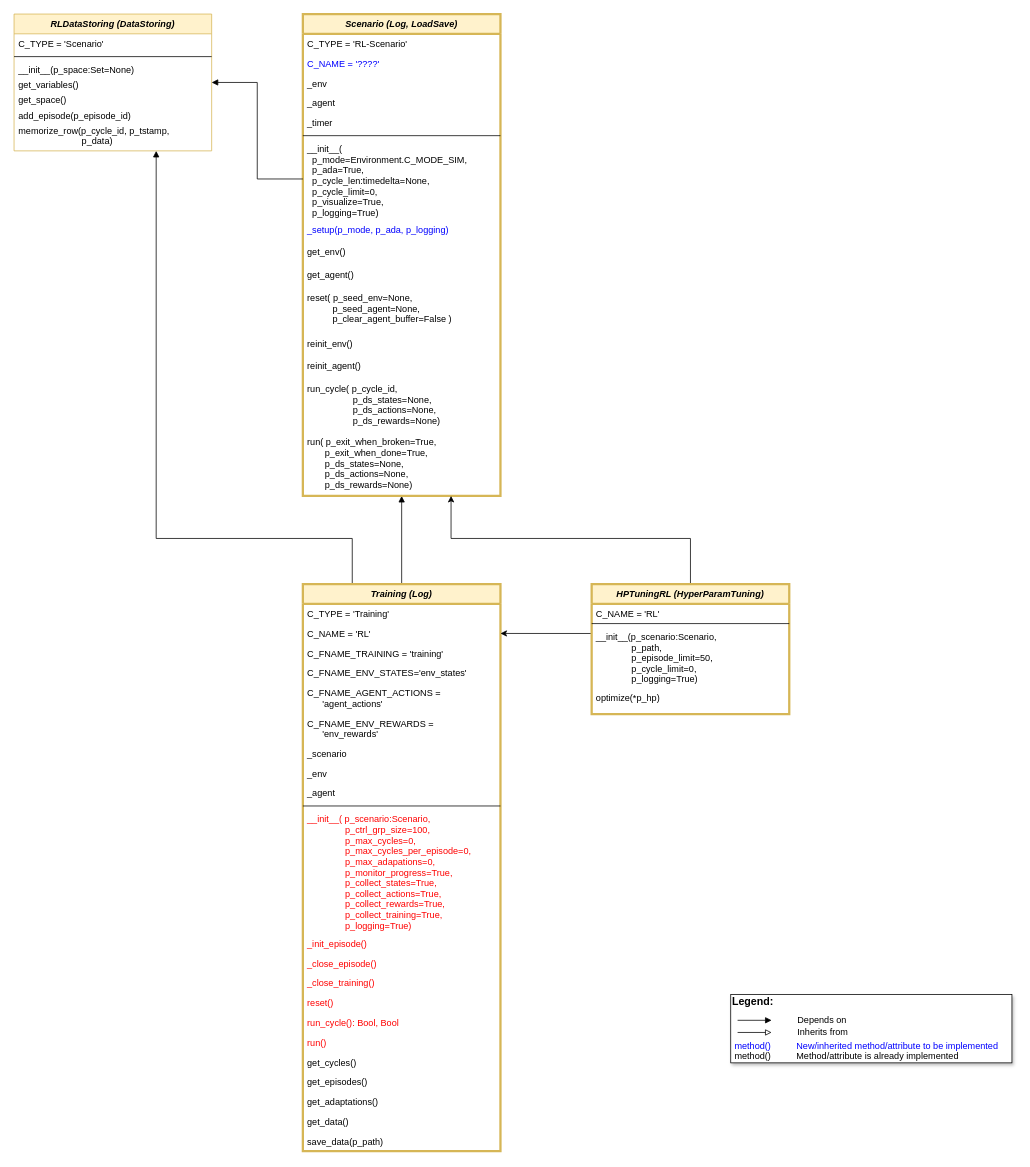
Before: doc/rl/04 run and train/MLPro-RL-Train class diagram.drawio in fhswf/MLPro, a draw.io diagram. Source tidied: cells renumbered, new cells numbered last; positions are measured from the earlier drawing's top-left corner, leaving out a move shared by most shapes. Both pictures are drawn from the tidied source at 76%, with x=0, y=0 at pixel (14, 14).
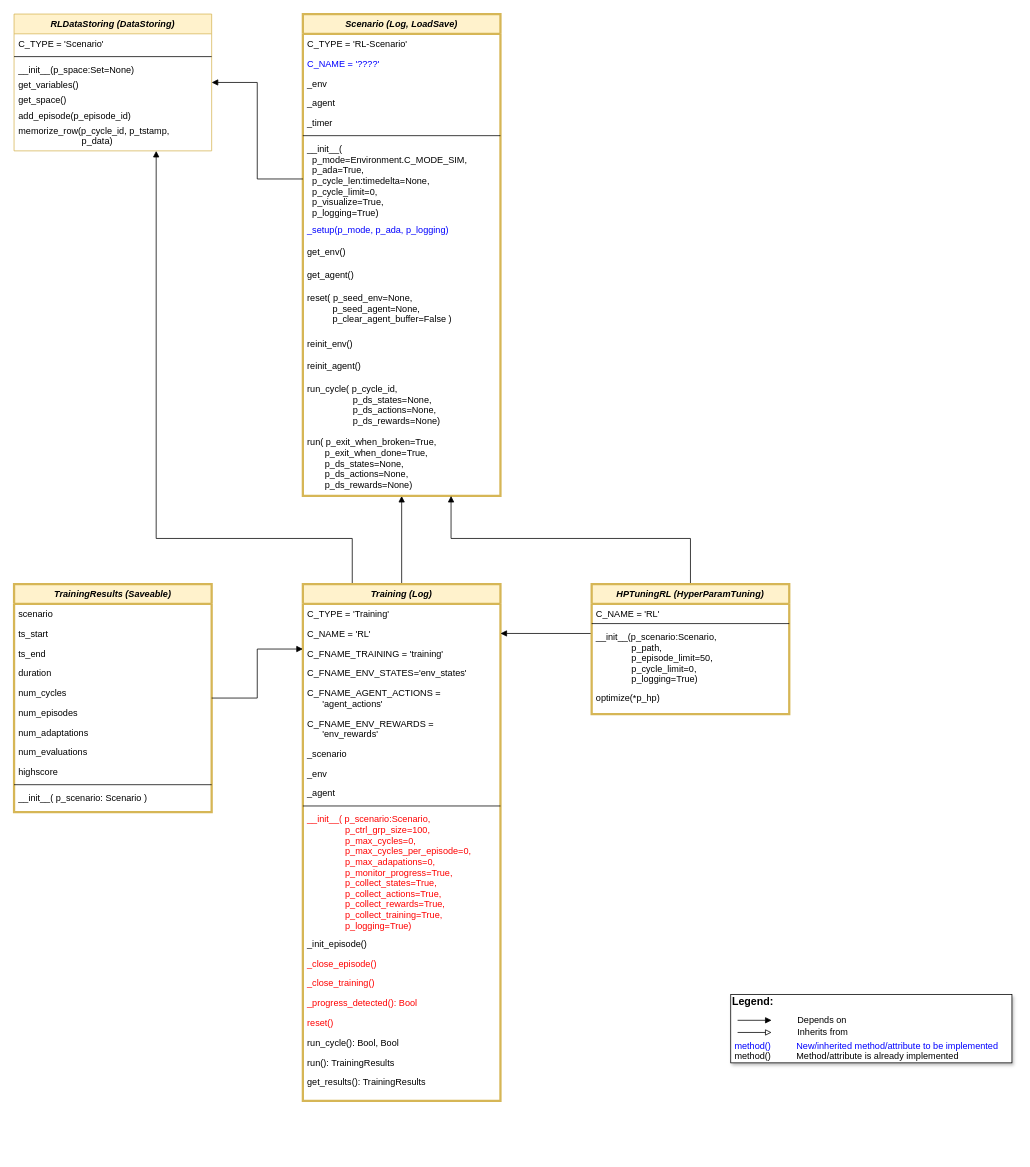
The same page after the edit.

Unchanged cells that the change refers to:
```xml
<mxCell id="6" value="C_NAME = 'RL'" style="text;align=left;verticalAlign=top;spacingLeft=4;spacingRight=4;overflow=hidden;points=[[0,0.5],[1,0.5]];portConstraint=eastwest;" parent="4" vertex="1">
  <mxGeometry y="52" width="260" height="26" as="geometry" />
</mxCell>
<mxCell id="7" value="C_FNAME_TRAINING = 'training'" style="text;align=left;verticalAlign=top;spacingLeft=4;spacingRight=4;overflow=hidden;points=[[0,0.5],[1,0.5]];portConstraint=eastwest;" parent="4" vertex="1">
  <mxGeometry y="78" width="260" height="26" as="geometry" />
</mxCell>
<mxCell id="27" value="Scenario (Log, LoadSave)" style="swimlane;fontStyle=3;align=center;verticalAlign=top;horizontal=1;startSize=26;rounded=0;shadow=0;strokeWidth=3;fillColor=#fff2cc;strokeColor=#d6b656;" parent="1" vertex="1">
  <mxGeometry x="380" width="260" height="634" as="geometry" />
</mxCell>
<mxCell id="58" value="HPTuningRL (HyperParamTuning)" style="swimlane;fontStyle=3;align=center;verticalAlign=top;horizontal=1;startSize=26;rounded=0;shadow=0;strokeWidth=3;fillColor=#fff2cc;strokeColor=#d6b656;" parent="1" vertex="1">
  <mxGeometry x="760" y="750" width="260" height="171" as="geometry" />
</mxCell>
<mxCell id="61" value="__init__(p_scenario:Scenario, &#10;              p_path,&#10;              p_episode_limit=50,&#10;              p_cycle_limit=0, &#10;              p_logging=True)" style="text;align=left;verticalAlign=top;spacingLeft=4;spacingRight=4;overflow=hidden;points=[[0,0.5],[1,0.5]];portConstraint=eastwest;" parent="58" vertex="1">
  <mxGeometry y="56" width="260" height="80" as="geometry" />
</mxCell>
```

Change to the diagram source:
```diff
@@
     <mxCell id="4" value="Training (Log)" style="swimlane;fontStyle=3;align=center;verticalAlign=top;horizontal=1;startSize=26;rounded=0;shadow=0;strokeWidth=3;fillColor=#fff2cc;strokeColor=#d6b656;" parent="1" vertex="1">
-      <mxGeometry x="380" y="750" width="260" height="746" as="geometry" />
+      <mxGeometry x="380" y="750" width="260" height="680" as="geometry" />
     </mxCell>
@@
-    <mxCell id="16" value="_init_episode()" style="text;align=left;verticalAlign=top;spacingLeft=4;spacingRight=4;overflow=hidden;fontColor=#FF0000;" parent="4" vertex="1">
+    <mxCell id="16" value="_init_episode()" style="text;align=left;verticalAlign=top;spacingLeft=4;spacingRight=4;overflow=hidden;" parent="4" vertex="1">
       <mxGeometry y="460" width="260" height="26" as="geometry" />
     </mxCell>
@@
+    <mxCell id="63" value="_progress_detected(): Bool" style="text;align=left;verticalAlign=top;spacingLeft=4;spacingRight=4;overflow=hidden;fontColor=#FF0000;" parent="4" vertex="1">
+      <mxGeometry y="538" width="260" height="26" as="geometry" />
+    </mxCell>
     <mxCell id="19" value="reset()" style="text;align=left;verticalAlign=top;spacingLeft=4;spacingRight=4;overflow=hidden;fontColor=#FF0000;" parent="4" vertex="1">
-      <mxGeometry y="538" width="260" height="26" as="geometry" />
+      <mxGeometry y="564" width="260" height="26" as="geometry" />
     </mxCell>
-    <mxCell id="20" value="run_cycle(): Bool, Bool" style="text;align=left;verticalAlign=top;spacingLeft=4;spacingRight=4;overflow=hidden;fontColor=#FF0000;" parent="4" vertex="1">
-      <mxGeometry y="564" width="260" height="26" as="geometry" />
+    <mxCell id="20" value="run_cycle(): Bool, Bool" style="text;align=left;verticalAlign=top;spacingLeft=4;spacingRight=4;overflow=hidden;" parent="4" vertex="1">
+      <mxGeometry y="590" width="260" height="26" as="geometry" />
     </mxCell>
-    <mxCell id="21" value="run()" style="text;align=left;verticalAlign=top;spacingLeft=4;spacingRight=4;overflow=hidden;fontColor=#FF0000;" parent="4" vertex="1">
-      <mxGeometry y="590" width="260" height="26" as="geometry" />
+    <mxCell id="21" value="run(): TrainingResults" style="text;align=left;verticalAlign=top;spacingLeft=4;spacingRight=4;overflow=hidden;" parent="4" vertex="1">
+      <mxGeometry y="616" width="260" height="26" as="geometry" />
     </mxCell>
-    <mxCell id="22" value="get_cycles()" style="text;align=left;verticalAlign=top;spacingLeft=4;spacingRight=4;overflow=hidden;" parent="4" vertex="1">
-      <mxGeometry y="616" width="260" height="26" as="geometry" />
+    <mxCell id="22" value="get_results(): TrainingResults" style="text;align=left;verticalAlign=top;spacingLeft=4;spacingRight=4;overflow=hidden;" parent="4" vertex="1">
+      <mxGeometry y="642" width="260" height="26" as="geometry" />
     </mxCell>
-    <mxCell id="23" value="get_episodes()" style="text;align=left;verticalAlign=top;spacingLeft=4;spacingRight=4;overflow=hidden;" parent="4" vertex="1">
-      <mxGeometry y="642" width="260" height="26" as="geometry" />
-    </mxCell>
-    <mxCell id="24" value="get_adaptations()" style="text;align=left;verticalAlign=top;spacingLeft=4;spacingRight=4;overflow=hidden;" parent="4" vertex="1">
-      <mxGeometry y="668" width="260" height="26" as="geometry" />
-    </mxCell>
-    <mxCell id="25" value="get_data()" style="text;align=left;verticalAlign=top;spacingLeft=4;spacingRight=4;overflow=hidden;" parent="4" vertex="1">
-      <mxGeometry y="694" width="260" height="26" as="geometry" />
-    </mxCell>
-    <mxCell id="26" value="save_data(p_path)" style="text;align=left;verticalAlign=top;spacingLeft=4;spacingRight=4;overflow=hidden;" parent="4" vertex="1">
-      <mxGeometry y="720" width="260" height="26" as="geometry" />
-    </mxCell>
@@
-    <mxCell id="56" style="edgeStyle=orthogonalEdgeStyle;rounded=0;jettySize=auto;html=1;entryX=1;entryY=0.5;entryDx=0;entryDy=0;exitX=0;exitY=0.113;exitDx=0;exitDy=0;exitPerimeter=0;" parent="1" edge="1" source="61" target="6">
+    <mxCell id="56" style="edgeStyle=orthogonalEdgeStyle;rounded=0;jettySize=auto;html=1;entryX=1;entryY=0.5;entryDx=0;entryDy=0;exitX=0;exitY=0.113;exitDx=0;exitDy=0;exitPerimeter=0;endArrow=block;endFill=1;" parent="1" edge="1" source="61" target="6">
       <mxGeometry relative="1" as="geometry" />
     </mxCell>
-    <mxCell id="57" style="edgeStyle=orthogonalEdgeStyle;rounded=0;jettySize=auto;html=1;entryX=0.75;entryY=1;entryDx=0;entryDy=0;exitX=0.5;exitY=0;exitDx=0;exitDy=0;" parent="1" edge="1" source="58" target="27">
+    <mxCell id="57" style="edgeStyle=orthogonalEdgeStyle;rounded=0;jettySize=auto;html=1;entryX=0.75;entryY=1;entryDx=0;entryDy=0;exitX=0.5;exitY=0;exitDx=0;exitDy=0;endArrow=block;endFill=1;" parent="1" edge="1" source="58" target="27">
       <mxGeometry relative="1" as="geometry">
         <Array as="points">
           <mxPoint x="890" y="690" />
           <mxPoint x="575" y="690" />
         </Array>
       </mxGeometry>
     </mxCell>
@@
+    <mxCell id="64" value="TrainingResults (Saveable)" style="swimlane;fontStyle=3;align=center;verticalAlign=top;horizontal=1;startSize=26;rounded=0;shadow=0;strokeWidth=3;fillColor=#fff2cc;strokeColor=#d6b656;" parent="1" vertex="1">
+      <mxGeometry y="750" width="260" height="300" as="geometry" />
+    </mxCell>
+    <mxCell id="65" value="scenario" style="text;align=left;verticalAlign=top;spacingLeft=4;spacingRight=4;overflow=hidden;" parent="64" vertex="1">
+      <mxGeometry y="26" width="260" height="26" as="geometry" />
+    </mxCell>
+    <mxCell id="66" value="ts_start" style="text;align=left;verticalAlign=top;spacingLeft=4;spacingRight=4;overflow=hidden;" parent="64" vertex="1">
+      <mxGeometry y="52" width="260" height="26" as="geometry" />
+    </mxCell>
+    <mxCell id="67" value="ts_end" style="text;align=left;verticalAlign=top;spacingLeft=4;spacingRight=4;overflow=hidden;" parent="64" vertex="1">
+      <mxGeometry y="78" width="260" height="26" as="geometry" />
+    </mxCell>
+    <mxCell id="68" value="duration" style="text;align=left;verticalAlign=top;spacingLeft=4;spacingRight=4;overflow=hidden;" parent="64" vertex="1">
+      <mxGeometry y="104" width="260" height="26" as="geometry" />
+    </mxCell>
+    <mxCell id="69" value="num_cycles" style="text;align=left;verticalAlign=top;spacingLeft=4;spacingRight=4;overflow=hidden;" parent="64" vertex="1">
+      <mxGeometry y="130" width="260" height="26" as="geometry" />
+    </mxCell>
+    <mxCell id="70" value="num_episodes" style="text;align=left;verticalAlign=top;spacingLeft=4;spacingRight=4;overflow=hidden;" parent="64" vertex="1">
+      <mxGeometry y="156" width="260" height="26" as="geometry" />
+    </mxCell>
+    <mxCell id="71" value="num_adaptations" style="text;align=left;verticalAlign=top;spacingLeft=4;spacingRight=4;overflow=hidden;" parent="64" vertex="1">
+      <mxGeometry y="182" width="260" height="26" as="geometry" />
+    </mxCell>
+    <mxCell id="72" value="num_evaluations" style="text;align=left;verticalAlign=top;spacingLeft=4;spacingRight=4;overflow=hidden;" parent="64" vertex="1">
+      <mxGeometry y="208" width="260" height="26" as="geometry" />
+    </mxCell>
+    <mxCell id="73" value="highscore" style="text;align=left;verticalAlign=top;spacingLeft=4;spacingRight=4;overflow=hidden;" parent="64" vertex="1">
+      <mxGeometry y="234" width="260" height="26" as="geometry" />
+    </mxCell>
+    <mxCell id="74" style="line;html=1;strokeWidth=1;align=left;verticalAlign=middle;spacingTop=-1;spacingLeft=3;spacingRight=3;labelPosition=right;" parent="64" vertex="1">
+      <mxGeometry y="260" width="260" height="8" as="geometry" />
+    </mxCell>
+    <mxCell id="75" value="__init__( p_scenario: Scenario )&#10;" style="text;align=left;verticalAlign=top;spacingLeft=4;spacingRight=4;overflow=hidden;" parent="64" vertex="1">
+      <mxGeometry y="268" width="260" height="32" as="geometry" />
+    </mxCell>
+    <mxCell id="76" style="edgeStyle=orthogonalEdgeStyle;rounded=0;jettySize=auto;html=1;entryX=1;entryY=0.5;entryDx=0;entryDy=0;fontColor=#000000;exitX=0;exitY=0.288;exitDx=0;exitDy=0;exitPerimeter=0;endArrow=none;endFill=0;startArrow=block;startFill=1;" parent="1" edge="1" source="7" target="64">
+      <mxGeometry relative="1" as="geometry" />
+    </mxCell>
```
